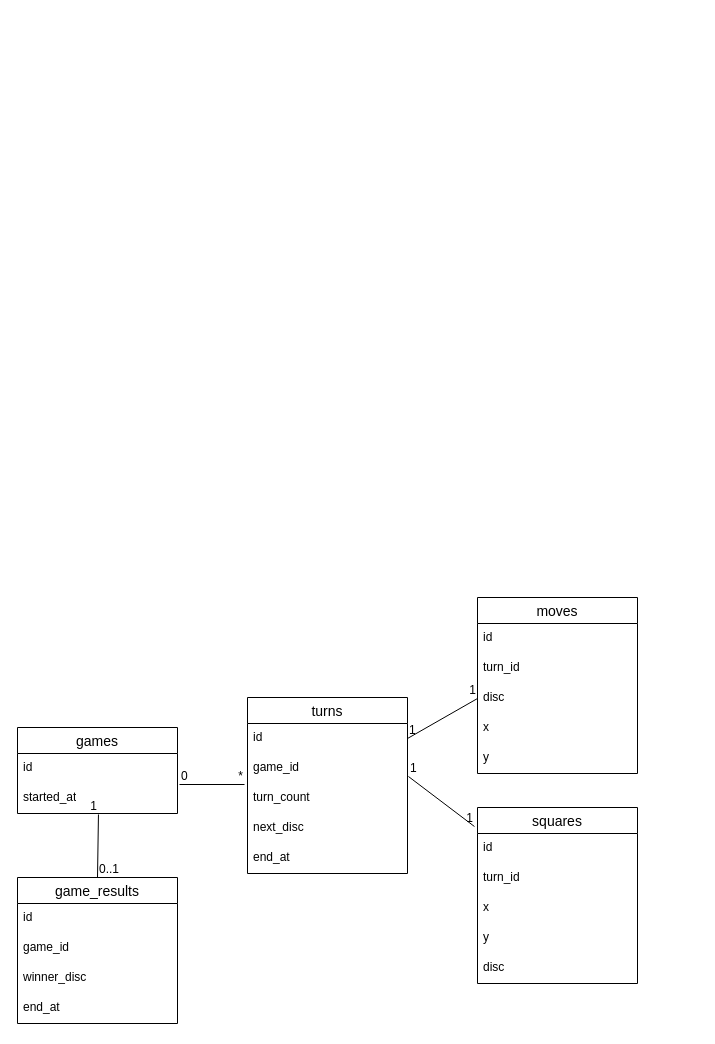
Earlier version of the draw.io diagram docs/er.drawio (Imura-Yuto/udemy-reversi-webapp). Source tidied: cells renumbered, new cells numbered last; positions are measured from the earlier drawing's top-left corner, leaving out a move shared by most shapes. Both pictures are drawn from the tidied source at 100%, with x=0, y=0 at pixel (17, 597).
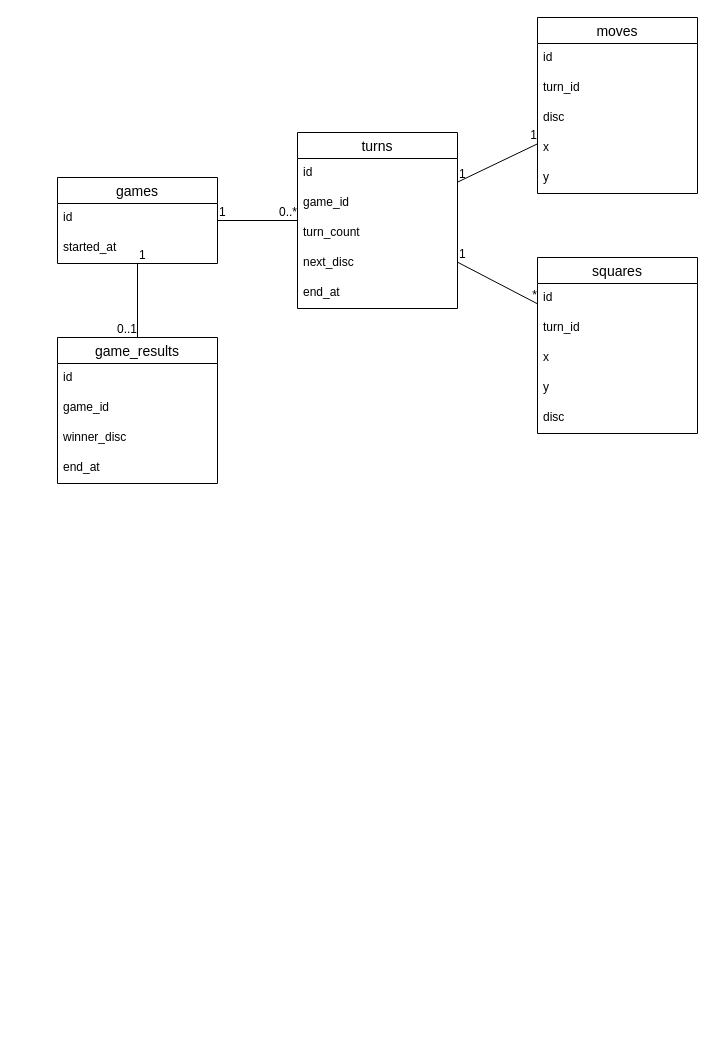
After the change.

Commit message (it also covers changes not shown here):
12-67: ドメインモデルの設計

Change to the diagram source:
```diff
@@
     <mxCell id="2" value="games" style="swimlane;fontStyle=0;horizontal=1;startSize=26;align=center;fontSize=14;" parent="1" vertex="1">
-      <mxGeometry y="130" width="160" height="86" as="geometry" />
+      <mxGeometry x="40" y="-420" width="160" height="86" as="geometry" />
     </mxCell>
-    <mxCell id="3" value="id" style="text;strokeColor=none;fillColor=none;spacingLeft=4;spacingRight=4;overflow=hidden;fontSize=12;whiteSpace=wrap;html=1;" parent="2" vertex="1">
-      <mxGeometry y="26" width="160" height="30" as="geometry" />
-    </mxCell>
+    <mxCell id="40" value="id" style="text;strokeColor=none;fillColor=none;spacingLeft=4;spacingRight=4;overflow=hidden;fontSize=12;" parent="2" vertex="1">
+      <mxGeometry y="26" width="160" height="30" as="geometry" />
+    </mxCell>
-    <mxCell id="4" value="started_at" style="text;strokeColor=none;fillColor=none;spacingLeft=4;spacingRight=4;overflow=hidden;points=[[0,0.5],[1,0.5]];portConstraint=eastwest;fontSize=12;whiteSpace=wrap;html=1;" parent="2" vertex="1">
+    <mxCell id="4" value="started_at" style="text;strokeColor=none;fillColor=none;spacingLeft=4;spacingRight=4;overflow=hidden;points=[[0,0.5],[1,0.5]];portConstraint=eastwest;fontSize=12;" parent="2" vertex="1">
       <mxGeometry y="56" width="160" height="30" as="geometry" />
     </mxCell>
+    <mxCell id="41" value="turns" style="swimlane;fontStyle=0;horizontal=1;startSize=26;align=center;fontSize=14;" parent="1" vertex="1">
+      <mxGeometry x="280" y="-465" width="160" height="176" as="geometry" />
+    </mxCell>
+    <mxCell id="42" value="id" style="text;strokeColor=none;fillColor=none;spacingLeft=4;spacingRight=4;overflow=hidden;fontSize=12;" parent="41" vertex="1">
+      <mxGeometry y="26" width="160" height="30" as="geometry" />
+    </mxCell>
+    <mxCell id="34" value="game_id" style="text;strokeColor=none;fillColor=none;spacingLeft=4;spacingRight=4;overflow=hidden;fontSize=12;" parent="41" vertex="1">
+      <mxGeometry y="56" width="160" height="30" as="geometry" />
+    </mxCell>
+    <mxCell id="43" value="turn_count" style="text;strokeColor=none;fillColor=none;spacingLeft=4;spacingRight=4;overflow=hidden;fontSize=12;" parent="41" vertex="1">
+      <mxGeometry y="86" width="160" height="30" as="geometry" />
+    </mxCell>
+    <mxCell id="18" value="next_disc" style="text;strokeColor=none;fillColor=none;spacingLeft=4;spacingRight=4;overflow=hidden;fontSize=12;" parent="41" vertex="1">
+      <mxGeometry y="116" width="160" height="30" as="geometry" />
+    </mxCell>
+    <mxCell id="27" value="end_at" style="text;strokeColor=none;fillColor=none;spacingLeft=4;spacingRight=4;overflow=hidden;fontSize=12;" parent="41" vertex="1">
+      <mxGeometry y="146" width="160" height="30" as="geometry" />
+    </mxCell>
+    <mxCell id="44" style="endArrow=none;html=1;rounded=0;" parent="1" edge="1" source="2" target="41">
+      <mxGeometry relative="1" as="geometry" />
+    </mxCell>
+    <mxCell id="45" value="1" style="html=1;align=left;verticalAlign=bottom;" parent="44" vertex="1">
+      <mxGeometry x="-1" relative="1" as="geometry" />
+    </mxCell>
+    <mxCell id="46" value="0..*" style="html=1;align=right;verticalAlign=bottom;" parent="44" vertex="1">
+      <mxGeometry x="1" relative="1" as="geometry" />
+    </mxCell>
+    <mxCell id="47" value="moves" style="swimlane;fontStyle=0;horizontal=1;startSize=26;align=center;fontSize=14;" parent="1" vertex="1">
+      <mxGeometry x="520" y="-580" width="160" height="176" as="geometry" />
+    </mxCell>
-    <mxCell id="5" value="turns" style="swimlane;fontStyle=0;horizontal=1;startSize=26;align=center;fontSize=14;" parent="1" vertex="1">
-      <mxGeometry x="230" y="100" width="160" height="176" as="geometry" />
+    <mxCell id="5" value="id" style="text;strokeColor=none;fillColor=none;spacingLeft=4;spacingRight=4;overflow=hidden;fontSize=12;" parent="47" vertex="1">
+      <mxGeometry y="26" width="160" height="30" as="geometry" />
     </mxCell>
-    <mxCell id="6" value="id" style="text;strokeColor=none;fillColor=none;spacingLeft=4;spacingRight=4;overflow=hidden;points=[[0,0.5],[1,0.5]];portConstraint=eastwest;fontSize=12;whiteSpace=wrap;html=1;" parent="5" vertex="1">
-      <mxGeometry y="26" width="160" height="30" as="geometry" />
+    <mxCell id="6" value="turn_id" style="text;strokeColor=none;fillColor=none;spacingLeft=4;spacingRight=4;overflow=hidden;points=[[0,0.5],[1,0.5]];portConstraint=eastwest;fontSize=12;" parent="47" vertex="1">
+      <mxGeometry y="56" width="160" height="30" as="geometry" />
     </mxCell>
-    <mxCell id="7" value="game_id" style="text;strokeColor=none;fillColor=none;spacingLeft=4;spacingRight=4;overflow=hidden;points=[[0,0.5],[1,0.5]];portConstraint=eastwest;fontSize=12;whiteSpace=wrap;html=1;" parent="5" vertex="1">
-      <mxGeometry y="56" width="160" height="30" as="geometry" />
+    <mxCell id="7" value="disc" style="text;strokeColor=none;fillColor=none;spacingLeft=4;spacingRight=4;overflow=hidden;points=[[0,0.5],[1,0.5]];portConstraint=eastwest;fontSize=12;" parent="47" vertex="1">
+      <mxGeometry y="86" width="160" height="30" as="geometry" />
     </mxCell>
-    <mxCell id="8" value="turn_count" style="text;strokeColor=none;fillColor=none;spacingLeft=4;spacingRight=4;overflow=hidden;fontSize=12;whiteSpace=wrap;html=1;" parent="5" vertex="1">
-      <mxGeometry y="86" width="160" height="30" as="geometry" />
+    <mxCell id="8" value="x" style="text;strokeColor=none;fillColor=none;spacingLeft=4;spacingRight=4;overflow=hidden;fontSize=12;" parent="47" vertex="1">
+      <mxGeometry y="116" width="160" height="30" as="geometry" />
     </mxCell>
+    <mxCell id="48" value="y" style="text;strokeColor=none;fillColor=none;spacingLeft=4;spacingRight=4;overflow=hidden;fontSize=12;" parent="47" vertex="1">
+      <mxGeometry y="146" width="160" height="30" as="geometry" />
+    </mxCell>
+    <mxCell id="49" value="squares" style="swimlane;fontStyle=0;horizontal=1;startSize=26;align=center;fontSize=14;" parent="1" vertex="1">
+      <mxGeometry x="520" y="-340" width="160" height="176" as="geometry" />
+    </mxCell>
+    <mxCell id="50" value="id" style="text;strokeColor=none;fillColor=none;spacingLeft=4;spacingRight=4;overflow=hidden;fontSize=12;" parent="49" vertex="1">
+      <mxGeometry y="26" width="160" height="30" as="geometry" />
+    </mxCell>
-    <mxCell id="9" value="next_disc" style="text;strokeColor=none;fillColor=none;spacingLeft=4;spacingRight=4;overflow=hidden;fontSize=12;whiteSpace=wrap;html=1;" parent="5" vertex="1">
-      <mxGeometry y="116" width="160" height="30" as="geometry" />
+    <mxCell id="9" value="turn_id" style="text;strokeColor=none;fillColor=none;spacingLeft=4;spacingRight=4;overflow=hidden;fontSize=12;" parent="49" vertex="1">
+      <mxGeometry y="56" width="160" height="30" as="geometry" />
     </mxCell>
-    <mxCell id="10" value="end_at" style="text;strokeColor=none;fillColor=none;spacingLeft=4;spacingRight=4;overflow=hidden;fontSize=12;whiteSpace=wrap;html=1;" parent="5" vertex="1">
-      <mxGeometry y="146" width="160" height="30" as="geometry" />
-    </mxCell>
-    <mxCell id="11" style="endArrow=none;html=1;rounded=0;" parent="1" edge="1">
-      <mxGeometry relative="1" as="geometry">
-        <mxPoint x="162" y="187" as="sourcePoint" />
-        <mxPoint x="227" y="187" as="targetPoint" />
-      </mxGeometry>
+    <mxCell id="11" value="x" style="text;strokeColor=none;fillColor=none;spacingLeft=4;spacingRight=4;overflow=hidden;fontSize=12;" parent="49" vertex="1">
+      <mxGeometry y="86" width="160" height="30" as="geometry" />
     </mxCell>
-    <mxCell id="12" value="0" style="html=1;whiteSpace=wrap;align=left;verticalAlign=bottom;" parent="11" vertex="1">
-      <mxGeometry x="-1" relative="1" as="geometry" />
+    <mxCell id="12" value="y" style="text;strokeColor=none;fillColor=none;spacingLeft=4;spacingRight=4;overflow=hidden;fontSize=12;" parent="49" vertex="1">
+      <mxGeometry y="116" width="160" height="30" as="geometry" />
     </mxCell>
-    <mxCell id="13" value="*" style="html=1;whiteSpace=wrap;align=right;verticalAlign=bottom;" parent="11" vertex="1">
-      <mxGeometry x="1" relative="1" as="geometry" />
+    <mxCell id="13" value="disc" style="text;strokeColor=none;fillColor=none;spacingLeft=4;spacingRight=4;overflow=hidden;fontSize=12;" parent="49" vertex="1">
+      <mxGeometry y="146" width="160" height="30" as="geometry" />
     </mxCell>
+    <mxCell id="32" value="game_results" style="swimlane;fontStyle=0;horizontal=1;startSize=26;align=center;fontSize=14;" parent="1" vertex="1">
+      <mxGeometry x="40" y="-260" width="160" height="146" as="geometry" />
+    </mxCell>
-    <mxCell id="14" value="moves" style="swimlane;fontStyle=0;horizontal=1;startSize=26;align=center;fontSize=14;" parent="1" vertex="1">
-      <mxGeometry x="460" width="160" height="176" as="geometry" />
+    <mxCell id="14" value="id" style="text;strokeColor=none;fillColor=none;spacingLeft=4;spacingRight=4;overflow=hidden;fontSize=12;" parent="32" vertex="1">
+      <mxGeometry y="26" width="160" height="30" as="geometry" />
     </mxCell>
-    <mxCell id="15" value="id" style="text;strokeColor=none;fillColor=none;spacingLeft=4;spacingRight=4;overflow=hidden;fontSize=12;whiteSpace=wrap;html=1;" parent="14" vertex="1">
-      <mxGeometry y="26" width="160" height="30" as="geometry" />
+    <mxCell id="15" value="game_id" style="text;strokeColor=none;fillColor=none;spacingLeft=4;spacingRight=4;overflow=hidden;fontSize=12;" parent="32" vertex="1">
+      <mxGeometry y="56" width="160" height="30" as="geometry" />
     </mxCell>
-    <mxCell id="16" value="turn_id" style="text;strokeColor=none;fillColor=none;spacingLeft=4;spacingRight=4;overflow=hidden;fontSize=12;whiteSpace=wrap;html=1;" parent="14" vertex="1">
-      <mxGeometry y="56" width="160" height="30" as="geometry" />
+    <mxCell id="16" value="winner_disc" style="text;strokeColor=none;fillColor=none;spacingLeft=4;spacingRight=4;overflow=hidden;fontSize=12;" parent="32" vertex="1">
+      <mxGeometry y="86" width="160" height="30" as="geometry" />
     </mxCell>
-    <mxCell id="17" value="disc" style="text;strokeColor=none;fillColor=none;spacingLeft=4;spacingRight=4;overflow=hidden;points=[[0,0.5],[1,0.5]];portConstraint=eastwest;fontSize=12;whiteSpace=wrap;html=1;" parent="14" vertex="1">
-      <mxGeometry y="86" width="160" height="30" as="geometry" />
+    <mxCell id="17" value="end_at" style="text;strokeColor=none;fillColor=none;spacingLeft=4;spacingRight=4;overflow=hidden;points=[[0,0.5],[1,0.5]];portConstraint=eastwest;fontSize=12;" parent="32" vertex="1">
+      <mxGeometry y="116" width="160" height="30" as="geometry" />
     </mxCell>
-    <mxCell id="18" value="x" style="text;strokeColor=none;fillColor=none;spacingLeft=4;spacingRight=4;overflow=hidden;fontSize=12;whiteSpace=wrap;html=1;" parent="14" vertex="1">
-      <mxGeometry y="116" width="160" height="30" as="geometry" />
-    </mxCell>
-    <mxCell id="19" value="y" style="text;strokeColor=none;fillColor=none;spacingLeft=4;spacingRight=4;overflow=hidden;fontSize=12;whiteSpace=wrap;html=1;" parent="14" vertex="1">
-      <mxGeometry y="146" width="160" height="30" as="geometry" />
+    <mxCell id="19" style="endArrow=none;html=1;rounded=0;" parent="1" edge="1" source="41" target="47">
+      <mxGeometry relative="1" as="geometry" />
     </mxCell>
-    <mxCell id="20" style="endArrow=none;html=1;rounded=0;entryX=0;entryY=0.5;entryDx=0;entryDy=0;exitX=1;exitY=0.5;exitDx=0;exitDy=0;" parent="1" edge="1" source="6" target="17">
-      <mxGeometry relative="1" as="geometry" />
+    <mxCell id="20" value="1" style="html=1;align=left;verticalAlign=bottom;" parent="19" vertex="1">
+      <mxGeometry x="-1" relative="1" as="geometry" />
     </mxCell>
-    <mxCell id="21" value="1" style="html=1;whiteSpace=wrap;align=left;verticalAlign=bottom;" parent="20" vertex="1">
-      <mxGeometry x="-1" relative="1" as="geometry" />
+    <mxCell id="21" value="1" style="html=1;align=right;verticalAlign=bottom;" parent="19" vertex="1">
+      <mxGeometry x="1" relative="1" as="geometry" />
     </mxCell>
-    <mxCell id="22" value="1" style="html=1;whiteSpace=wrap;align=right;verticalAlign=bottom;" parent="20" vertex="1">
-      <mxGeometry x="1" relative="1" as="geometry" />
+    <mxCell id="22" style="endArrow=none;html=1;rounded=0;" parent="1" edge="1" source="41" target="49">
+      <mxGeometry relative="1" as="geometry" />
     </mxCell>
-    <mxCell id="23" value="squares" style="swimlane;fontStyle=0;horizontal=1;startSize=26;align=center;fontSize=14;" parent="1" vertex="1">
-      <mxGeometry x="460" y="210" width="160" height="176" as="geometry" />
+    <mxCell id="23" value="1" style="html=1;align=left;verticalAlign=bottom;" parent="22" vertex="1">
+      <mxGeometry x="-1" relative="1" as="geometry" />
     </mxCell>
-    <mxCell id="24" value="id" style="text;strokeColor=none;fillColor=none;spacingLeft=4;spacingRight=4;overflow=hidden;fontSize=12;whiteSpace=wrap;html=1;" parent="23" vertex="1">
-      <mxGeometry y="26" width="160" height="30" as="geometry" />
+    <mxCell id="24" value="*" style="html=1;align=right;verticalAlign=bottom;" parent="22" vertex="1">
+      <mxGeometry x="1" relative="1" as="geometry" />
     </mxCell>
-    <mxCell id="25" value="turn_id" style="text;strokeColor=none;fillColor=none;spacingLeft=4;spacingRight=4;overflow=hidden;fontSize=12;whiteSpace=wrap;html=1;" parent="23" vertex="1">
-      <mxGeometry y="56" width="160" height="30" as="geometry" />
+    <mxCell id="25" style="endArrow=none;html=1;rounded=0;" parent="1" edge="1" source="2" target="32">
+      <mxGeometry relative="1" as="geometry" />
     </mxCell>
+    <mxCell id="28" value="1" style="html=1;align=left;verticalAlign=bottom;" parent="25" vertex="1">
+      <mxGeometry x="-1" relative="1" as="geometry" />
+    </mxCell>
-    <mxCell id="26" value="x" style="text;strokeColor=none;fillColor=none;spacingLeft=4;spacingRight=4;overflow=hidden;fontSize=12;whiteSpace=wrap;html=1;" parent="23" vertex="1">
-      <mxGeometry y="86" width="160" height="30" as="geometry" />
+    <mxCell id="26" value="0..1" style="html=1;align=right;verticalAlign=bottom;" parent="25" vertex="1">
+      <mxGeometry x="1" relative="1" as="geometry" />
     </mxCell>
-    <mxCell id="27" value="y" style="text;strokeColor=none;fillColor=none;spacingLeft=4;spacingRight=4;overflow=hidden;fontSize=12;whiteSpace=wrap;html=1;" parent="23" vertex="1">
-      <mxGeometry y="116" width="160" height="30" as="geometry" />
-    </mxCell>
-    <mxCell id="28" value="disc" style="text;strokeColor=none;fillColor=none;spacingLeft=4;spacingRight=4;overflow=hidden;fontSize=12;whiteSpace=wrap;html=1;" parent="23" vertex="1">
-      <mxGeometry y="146" width="160" height="30" as="geometry" />
-    </mxCell>
-    <mxCell id="29" style="endArrow=none;html=1;rounded=0;entryX=-0.019;entryY=0.108;entryDx=0;entryDy=0;exitX=1.006;exitY=0.767;exitDx=0;exitDy=0;exitPerimeter=0;entryPerimeter=0;" parent="1" edge="1" source="7" target="23">
-      <mxGeometry relative="1" as="geometry" />
-    </mxCell>
-    <mxCell id="30" value="1" style="html=1;whiteSpace=wrap;align=left;verticalAlign=bottom;" parent="29" vertex="1">
-      <mxGeometry x="-1" relative="1" as="geometry" />
-    </mxCell>
-    <mxCell id="31" value="1" style="html=1;whiteSpace=wrap;align=right;verticalAlign=bottom;" parent="29" vertex="1">
-      <mxGeometry x="1" relative="1" as="geometry" />
-    </mxCell>
-    <mxCell id="32" value="game_results" style="swimlane;fontStyle=0;horizontal=1;startSize=26;align=center;fontSize=14;" parent="1" vertex="1">
-      <mxGeometry y="280" width="160" height="146" as="geometry" />
-    </mxCell>
-    <mxCell id="33" value="id" style="text;strokeColor=none;fillColor=none;spacingLeft=4;spacingRight=4;overflow=hidden;fontSize=12;whiteSpace=wrap;html=1;" parent="32" vertex="1">
-      <mxGeometry y="26" width="160" height="30" as="geometry" />
-    </mxCell>
-    <mxCell id="34" value="game_id" style="text;strokeColor=none;fillColor=none;spacingLeft=4;spacingRight=4;overflow=hidden;fontSize=12;whiteSpace=wrap;html=1;" parent="32" vertex="1">
-      <mxGeometry y="56" width="160" height="30" as="geometry" />
-    </mxCell>
-    <mxCell id="35" value="winner_disc" style="text;strokeColor=none;fillColor=none;spacingLeft=4;spacingRight=4;overflow=hidden;fontSize=12;whiteSpace=wrap;html=1;" parent="32" vertex="1">
-      <mxGeometry y="86" width="160" height="30" as="geometry" />
-    </mxCell>
-    <mxCell id="36" value="end_at" style="text;strokeColor=none;fillColor=none;spacingLeft=4;spacingRight=4;overflow=hidden;fontSize=12;whiteSpace=wrap;html=1;" parent="32" vertex="1">
-      <mxGeometry y="116" width="160" height="30" as="geometry" />
-    </mxCell>
-    <mxCell id="37" style="endArrow=none;html=1;rounded=0;entryX=0.506;entryY=1.033;entryDx=0;entryDy=0;exitX=0.5;exitY=0;exitDx=0;exitDy=0;entryPerimeter=0;" parent="1" edge="1" source="32" target="4">
-      <mxGeometry relative="1" as="geometry" />
-    </mxCell>
-    <mxCell id="38" value="0..1" style="html=1;whiteSpace=wrap;align=left;verticalAlign=bottom;" parent="37" vertex="1">
-      <mxGeometry x="-1" relative="1" as="geometry" />
-    </mxCell>
-    <mxCell id="39" value="1" style="html=1;whiteSpace=wrap;align=right;verticalAlign=bottom;" parent="37" vertex="1">
-      <mxGeometry x="1" relative="1" as="geometry" />
-    </mxCell>
```
